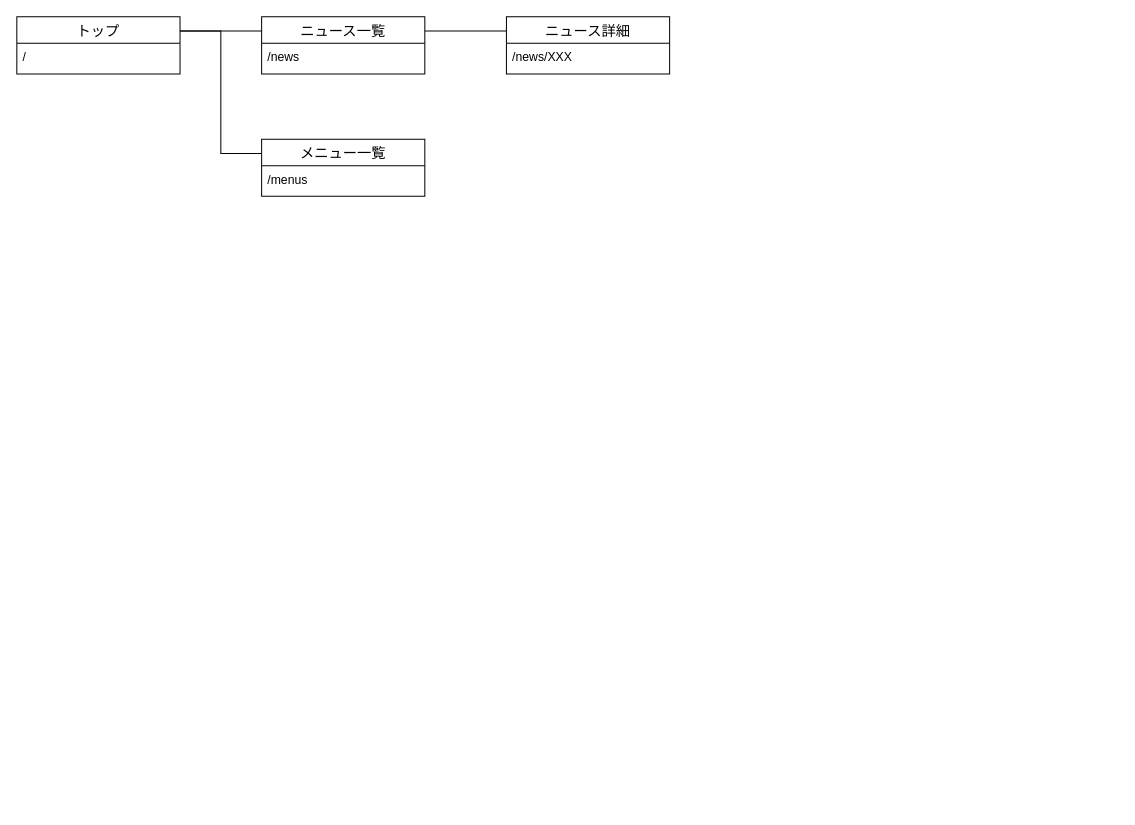
This is page "Page-2" (2 of 2) of er.drawio from rixcx/cakephp-site, a draw.io file, before an edit. Source tidied: cells renumbered, new cells numbered last; positions are measured from the earlier drawing's top-left corner, leaving out a move shared by most shapes. Both pictures are drawn from the tidied source at 102%, with x=0, y=0 at pixel (16, 16).
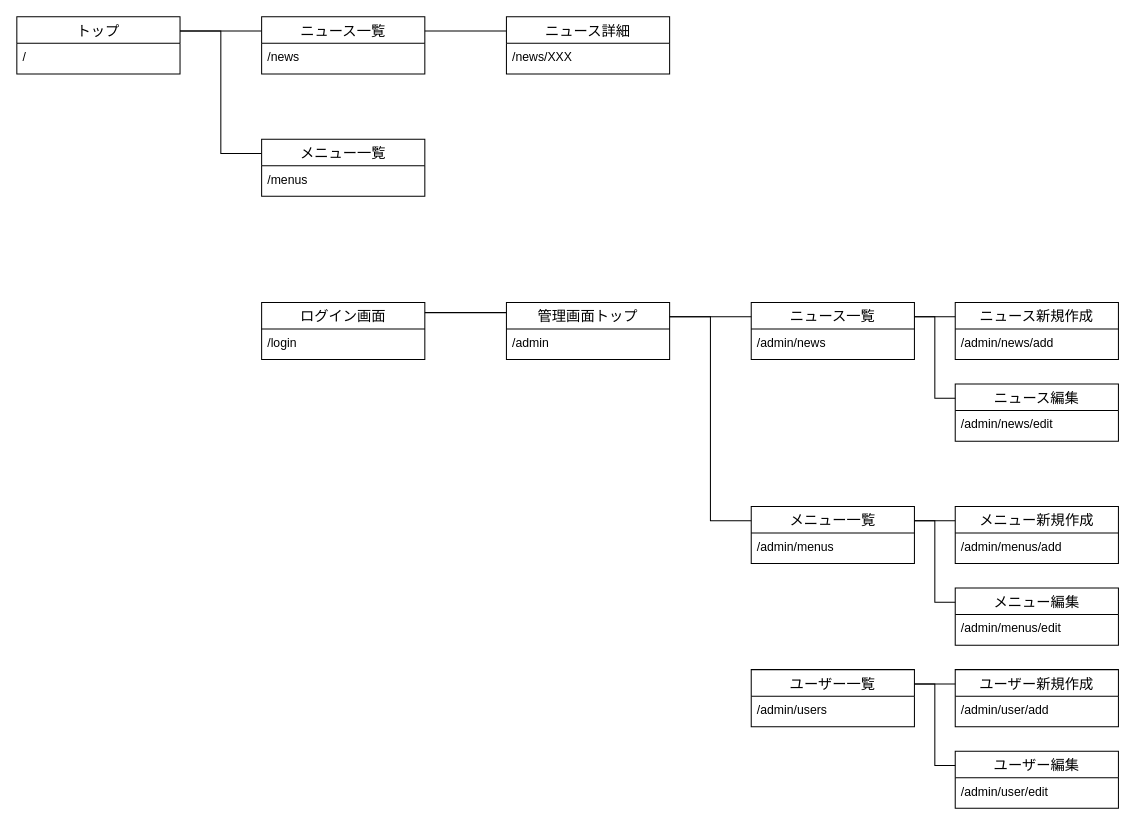
The same page after the edit.

The edit, as a diff of the source:
```diff
@@
+    <mxCell id="13" value="ログイン画面" style="swimlane;fontStyle=0;horizontal=1;startSize=26;align=center;fontSize=14;" parent="1" vertex="1">
+      <mxGeometry x="240" y="280" width="160" height="56" as="geometry" />
+    </mxCell>
+    <mxCell id="14" value="/login" style="text;strokeColor=none;fillColor=none;spacingLeft=4;spacingRight=4;overflow=hidden;fontSize=12;" parent="13" vertex="1">
+      <mxGeometry y="26" width="160" height="30" as="geometry" />
+    </mxCell>
+    <mxCell id="15" value="管理画面トップ" style="swimlane;fontStyle=0;horizontal=1;startSize=26;align=center;fontSize=14;" parent="1" vertex="1">
+      <mxGeometry x="480" y="280" width="160" height="56" as="geometry" />
+    </mxCell>
+    <mxCell id="16" value="/admin" style="text;strokeColor=none;fillColor=none;spacingLeft=4;spacingRight=4;overflow=hidden;fontSize=12;" parent="15" vertex="1">
+      <mxGeometry y="26" width="160" height="30" as="geometry" />
+    </mxCell>
+    <mxCell id="17" value="ニュース一覧" style="swimlane;fontStyle=0;horizontal=1;startSize=26;align=center;fontSize=14;" parent="1" vertex="1">
+      <mxGeometry x="720" y="280" width="160" height="56" as="geometry" />
+    </mxCell>
+    <mxCell id="18" value="/admin/news" style="text;strokeColor=none;fillColor=none;spacingLeft=4;spacingRight=4;overflow=hidden;fontSize=12;" parent="17" vertex="1">
+      <mxGeometry y="26" width="160" height="30" as="geometry" />
+    </mxCell>
+    <mxCell id="19" value="メニュー一覧" style="swimlane;fontStyle=0;horizontal=1;startSize=26;align=center;fontSize=14;" parent="1" vertex="1">
+      <mxGeometry x="720" y="480" width="160" height="56" as="geometry" />
+    </mxCell>
+    <mxCell id="20" value="/admin/menus" style="text;strokeColor=none;fillColor=none;spacingLeft=4;spacingRight=4;overflow=hidden;fontSize=12;" parent="19" vertex="1">
+      <mxGeometry y="26" width="160" height="30" as="geometry" />
+    </mxCell>
+    <mxCell id="21" value="ニュース新規作成" style="swimlane;fontStyle=0;horizontal=1;startSize=26;align=center;fontSize=14;" parent="1" vertex="1">
+      <mxGeometry x="920" y="280" width="160" height="56" as="geometry" />
+    </mxCell>
+    <mxCell id="22" value="/admin/news/add" style="text;strokeColor=none;fillColor=none;spacingLeft=4;spacingRight=4;overflow=hidden;fontSize=12;" parent="21" vertex="1">
+      <mxGeometry y="26" width="160" height="30" as="geometry" />
+    </mxCell>
+    <mxCell id="23" value="ニュース編集" style="swimlane;fontStyle=0;horizontal=1;startSize=26;align=center;fontSize=14;" parent="1" vertex="1">
+      <mxGeometry x="920" y="360" width="160" height="56" as="geometry" />
+    </mxCell>
+    <mxCell id="24" value="/admin/news/edit" style="text;strokeColor=none;fillColor=none;spacingLeft=4;spacingRight=4;overflow=hidden;fontSize=12;" parent="23" vertex="1">
+      <mxGeometry y="26" width="160" height="30" as="geometry" />
+    </mxCell>
+    <mxCell id="25" value="メニュー新規作成" style="swimlane;fontStyle=0;horizontal=1;startSize=26;align=center;fontSize=14;" parent="1" vertex="1">
+      <mxGeometry x="920" y="480" width="160" height="56" as="geometry" />
+    </mxCell>
+    <mxCell id="26" value="/admin/menus/add" style="text;strokeColor=none;fillColor=none;spacingLeft=4;spacingRight=4;overflow=hidden;fontSize=12;" parent="25" vertex="1">
+      <mxGeometry y="26" width="160" height="30" as="geometry" />
+    </mxCell>
+    <mxCell id="27" value="メニュー編集" style="swimlane;fontStyle=0;horizontal=1;startSize=26;align=center;fontSize=14;" parent="1" vertex="1">
+      <mxGeometry x="920" y="560" width="160" height="56" as="geometry" />
+    </mxCell>
+    <mxCell id="28" value="/admin/menus/edit" style="text;strokeColor=none;fillColor=none;spacingLeft=4;spacingRight=4;overflow=hidden;fontSize=12;" parent="27" vertex="1">
+      <mxGeometry y="26" width="160" height="30" as="geometry" />
+    </mxCell>
+    <mxCell id="29" style="rounded=0;html=1;exitX=0;exitY=0.25;exitDx=0;exitDy=0;entryX=1;entryY=0.25;entryDx=0;entryDy=0;fontSize=10;startArrow=none;startFill=0;endArrow=none;endFill=0;" parent="1" edge="1">
+      <mxGeometry relative="1" as="geometry">
+        <mxPoint x="480" y="290" as="sourcePoint" />
+        <mxPoint x="400" y="290" as="targetPoint" />
+      </mxGeometry>
+    </mxCell>
+    <mxCell id="30" style="endArrow=none;html=1;edgeStyle=orthogonalEdgeStyle;exitX=1;exitY=0.25;exitDx=0;exitDy=0;entryX=0;entryY=0.25;entryDx=0;entryDy=0;rounded=0;" parent="1" edge="1" source="15" target="19">
+      <mxGeometry relative="1" as="geometry" />
+    </mxCell>
+    <mxCell id="31" style="endArrow=none;html=1;rounded=0;exitX=1;exitY=0.25;exitDx=0;exitDy=0;entryX=0;entryY=0.25;entryDx=0;entryDy=0;" parent="1" edge="1" source="15" target="17">
+      <mxGeometry relative="1" as="geometry" />
+    </mxCell>
+    <mxCell id="32" style="endArrow=none;html=1;rounded=0;exitX=1;exitY=0.25;exitDx=0;exitDy=0;entryX=0;entryY=0.25;entryDx=0;entryDy=0;edgeStyle=orthogonalEdgeStyle;" parent="1" edge="1" source="17" target="23">
+      <mxGeometry relative="1" as="geometry" />
+    </mxCell>
+    <mxCell id="33" style="endArrow=none;html=1;rounded=0;exitX=1;exitY=0.25;exitDx=0;exitDy=0;entryX=0;entryY=0.25;entryDx=0;entryDy=0;" parent="1" edge="1" source="17" target="21">
+      <mxGeometry relative="1" as="geometry" />
+    </mxCell>
+    <mxCell id="34" style="endArrow=none;html=1;rounded=0;exitX=1;exitY=0.25;exitDx=0;exitDy=0;entryX=0;entryY=0.25;entryDx=0;entryDy=0;edgeStyle=orthogonalEdgeStyle;" parent="1" edge="1" source="19" target="27">
+      <mxGeometry relative="1" as="geometry" />
+    </mxCell>
+    <mxCell id="35" style="endArrow=none;html=1;rounded=0;entryX=0;entryY=0.25;entryDx=0;entryDy=0;exitX=1;exitY=0.25;exitDx=0;exitDy=0;" parent="1" edge="1" source="19" target="25">
+      <mxGeometry relative="1" as="geometry" />
+    </mxCell>
+    <mxCell id="36" value="ユーザー一覧" style="swimlane;fontStyle=0;horizontal=1;startSize=26;align=center;fontSize=14;" parent="1" vertex="1">
+      <mxGeometry x="720" y="640" width="160" height="56" as="geometry" />
+    </mxCell>
+    <mxCell id="37" value="/admin/users" style="text;strokeColor=none;fillColor=none;spacingLeft=4;spacingRight=4;overflow=hidden;fontSize=12;" parent="36" vertex="1">
+      <mxGeometry y="26" width="160" height="30" as="geometry" />
+    </mxCell>
+    <mxCell id="38" value="ユーザー新規作成" style="swimlane;fontStyle=0;horizontal=1;startSize=26;align=center;fontSize=14;" parent="1" vertex="1">
+      <mxGeometry x="920" y="640" width="160" height="56" as="geometry" />
+    </mxCell>
+    <mxCell id="39" value="/admin/user/add" style="text;strokeColor=none;fillColor=none;spacingLeft=4;spacingRight=4;overflow=hidden;fontSize=12;" parent="38" vertex="1">
+      <mxGeometry y="26" width="160" height="30" as="geometry" />
+    </mxCell>
+    <mxCell id="40" value="ユーザー編集" style="swimlane;fontStyle=0;horizontal=1;startSize=26;align=center;fontSize=14;" parent="1" vertex="1">
+      <mxGeometry x="920" y="720" width="160" height="56" as="geometry" />
+    </mxCell>
+    <mxCell id="41" value="/admin/user/edit" style="text;strokeColor=none;fillColor=none;spacingLeft=4;spacingRight=4;overflow=hidden;fontSize=12;" parent="40" vertex="1">
+      <mxGeometry y="26" width="160" height="30" as="geometry" />
+    </mxCell>
+    <mxCell id="42" style="endArrow=none;html=1;rounded=0;exitX=1;exitY=0.25;exitDx=0;exitDy=0;entryX=0;entryY=0.25;entryDx=0;entryDy=0;edgeStyle=orthogonalEdgeStyle;" parent="1" edge="1" source="36" target="40">
+      <mxGeometry relative="1" as="geometry" />
+    </mxCell>
+    <mxCell id="43" style="endArrow=none;html=1;rounded=0;entryX=0;entryY=0.25;entryDx=0;entryDy=0;exitX=1;exitY=0.25;exitDx=0;exitDy=0;" parent="1" edge="1" source="36" target="38">
+      <mxGeometry relative="1" as="geometry" />
+    </mxCell>
```
